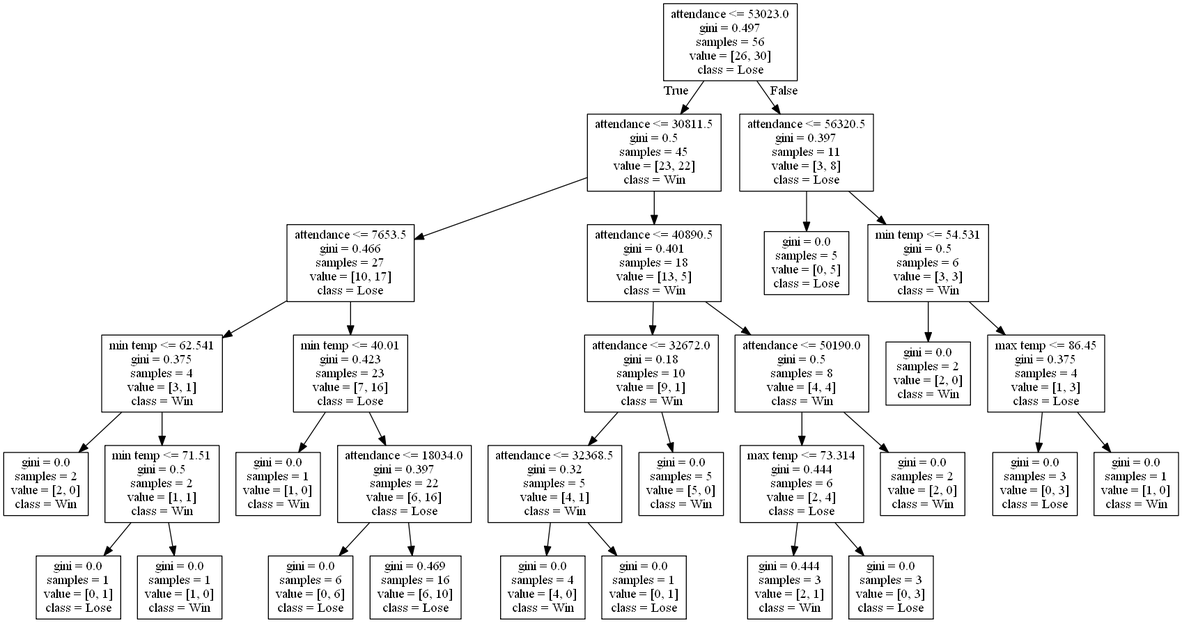
This is DecisionTrees/decision_tree_no_score3.png from alexana-steck/CSE482Project, a Graphviz export, as it was before one commit. Its source is kept beside it as DecisionTrees/decision_tree_no_score3.dot.
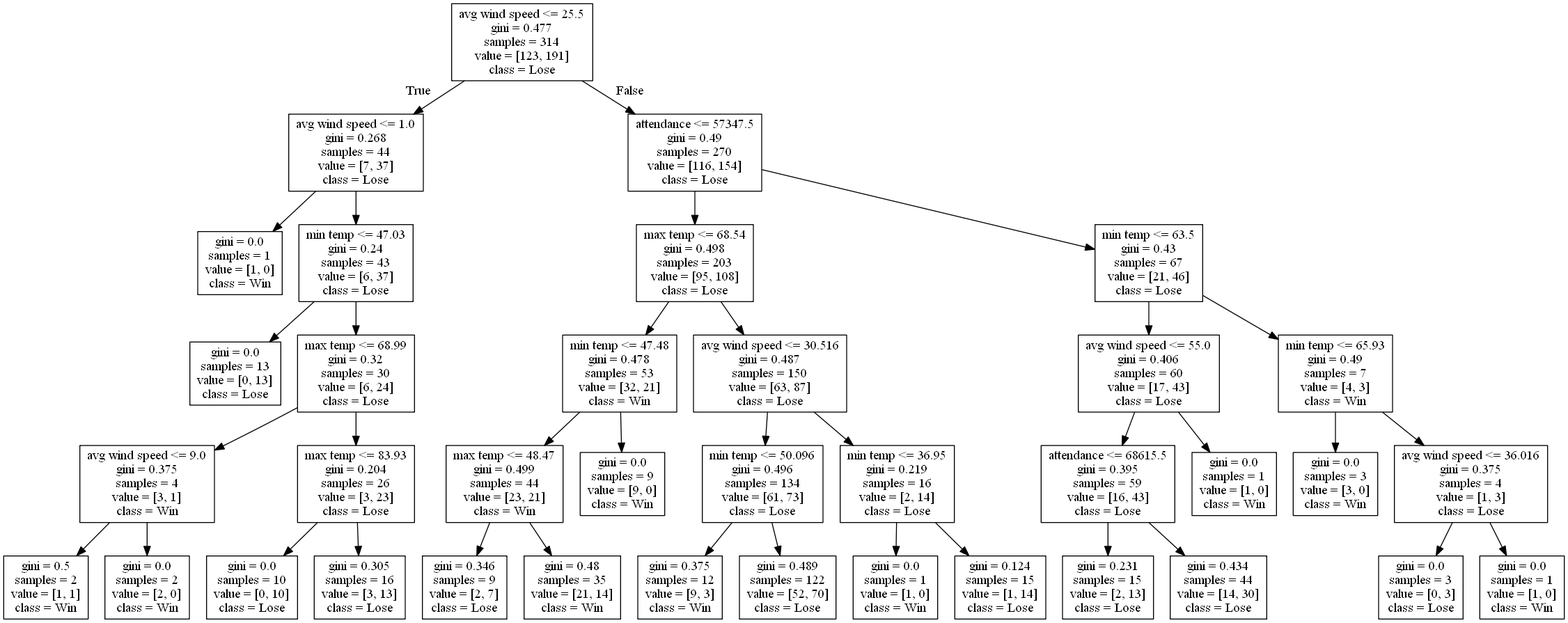
After the change.

What changed in the source:
```diff
@@ -1,64 +1,76 @@
 digraph Tree {
 node [shape=box] ;
-0 [label="attendance <= 53023.0\ngini = 0.497\nsamples = 56\nvalue = [26, 30]\nclass = Lose"] ;
-1 [label="attendance <= 30811.5\ngini = 0.5\nsamples = 45\nvalue = [23, 22]\nclass = Win"] ;
+0 [label="avg wind speed <= 25.5\ngini = 0.477\nsamples = 314\nvalue = [123, 191]\nclass = Lose"] ;
+1 [label="avg wind speed <= 1.0\ngini = 0.268\nsamples = 44\nvalue = [7, 37]\nclass = Lose"] ;
 0 -> 1 [labeldistance=2.5, labelangle=45, headlabel="True"] ;
-2 [label="attendance <= 7653.5\ngini = 0.466\nsamples = 27\nvalue = [10, 17]\nclass = Lose"] ;
+2 [label="gini = 0.0\nsamples = 1\nvalue = [1, 0]\nclass = Win"] ;
 1 -> 2 ;
-3 [label="min temp <= 62.541\ngini = 0.375\nsamples = 4\nvalue = [3, 1]\nclass = Win"] ;
-2 -> 3 ;
-4 [label="gini = 0.0\nsamples = 2\nvalue = [2, 0]\nclass = Win"] ;
+3 [label="min temp <= 47.03\ngini = 0.24\nsamples = 43\nvalue = [6, 37]\nclass = Lose"] ;
+1 -> 3 ;
+4 [label="gini = 0.0\nsamples = 13\nvalue = [0, 13]\nclass = Lose"] ;
 3 -> 4 ;
-5 [label="min temp <= 71.51\ngini = 0.5\nsamples = 2\nvalue = [1, 1]\nclass = Win"] ;
+5 [label="max temp <= 68.99\ngini = 0.32\nsamples = 30\nvalue = [6, 24]\nclass = Lose"] ;
 3 -> 5 ;
-6 [label="gini = 0.0\nsamples = 1\nvalue = [0, 1]\nclass = Lose"] ;
+6 [label="avg wind speed <= 9.0\ngini = 0.375\nsamples = 4\nvalue = [3, 1]\nclass = Win"] ;
 5 -> 6 ;
-7 [label="gini = 0.0\nsamples = 1\nvalue = [1, 0]\nclass = Win"] ;
-5 -> 7 ;
-8 [label="min temp <= 40.01\ngini = 0.423\nsamples = 23\nvalue = [7, 16]\nclass = Lose"] ;
-2 -> 8 ;
-9 [label="gini = 0.0\nsamples = 1\nvalue = [1, 0]\nclass = Win"] ;
-8 -> 9 ;
-10 [label="attendance <= 18034.0\ngini = 0.397\nsamples = 22\nvalue = [6, 16]\nclass = Lose"] ;
-8 -> 10 ;
-11 [label="gini = 0.0\nsamples = 6\nvalue = [0, 6]\nclass = Lose"] ;
-10 -> 11 ;
-12 [label="gini = 0.469\nsamples = 16\nvalue = [6, 10]\nclass = Lose"] ;
-10 -> 12 ;
-13 [label="attendance <= 40890.5\ngini = 0.401\nsamples = 18\nvalue = [13, 5]\nclass = Win"] ;
-1 -> 13 ;
-14 [label="attendance <= 32672.0\ngini = 0.18\nsamples = 10\nvalue = [9, 1]\nclass = Win"] ;
+7 [label="gini = 0.5\nsamples = 2\nvalue = [1, 1]\nclass = Win"] ;
+6 -> 7 ;
+8 [label="gini = 0.0\nsamples = 2\nvalue = [2, 0]\nclass = Win"] ;
+6 -> 8 ;
+9 [label="max temp <= 83.93\ngini = 0.204\nsamples = 26\nvalue = [3, 23]\nclass = Lose"] ;
+5 -> 9 ;
+10 [label="gini = 0.0\nsamples = 10\nvalue = [0, 10]\nclass = Lose"] ;
+9 -> 10 ;
+11 [label="gini = 0.305\nsamples = 16\nvalue = [3, 13]\nclass = Lose"] ;
+9 -> 11 ;
+12 [label="attendance <= 57347.5\ngini = 0.49\nsamples = 270\nvalue = [116, 154]\nclass = Lose"] ;
+0 -> 12 [labeldistance=2.5, labelangle=-45, headlabel="False"] ;
+13 [label="max temp <= 68.54\ngini = 0.498\nsamples = 203\nvalue = [95, 108]\nclass = Lose"] ;
+12 -> 13 ;
+14 [label="min temp <= 47.48\ngini = 0.478\nsamples = 53\nvalue = [32, 21]\nclass = Win"] ;
 13 -> 14 ;
-15 [label="attendance <= 32368.5\ngini = 0.32\nsamples = 5\nvalue = [4, 1]\nclass = Win"] ;
+15 [label="max temp <= 48.47\ngini = 0.499\nsamples = 44\nvalue = [23, 21]\nclass = Win"] ;
 14 -> 15 ;
-16 [label="gini = 0.0\nsamples = 4\nvalue = [4, 0]\nclass = Win"] ;
+16 [label="gini = 0.346\nsamples = 9\nvalue = [2, 7]\nclass = Lose"] ;
 15 -> 16 ;
-17 [label="gini = 0.0\nsamples = 1\nvalue = [0, 1]\nclass = Lose"] ;
+17 [label="gini = 0.48\nsamples = 35\nvalue = [21, 14]\nclass = Win"] ;
 15 -> 17 ;
-18 [label="gini = 0.0\nsamples = 5\nvalue = [5, 0]\nclass = Win"] ;
+18 [label="gini = 0.0\nsamples = 9\nvalue = [9, 0]\nclass = Win"] ;
 14 -> 18 ;
-19 [label="attendance <= 50190.0\ngini = 0.5\nsamples = 8\nvalue = [4, 4]\nclass = Win"] ;
+19 [label="avg wind speed <= 30.516\ngini = 0.487\nsamples = 150\nvalue = [63, 87]\nclass = Lose"] ;
 13 -> 19 ;
-20 [label="max temp <= 73.314\ngini = 0.444\nsamples = 6\nvalue = [2, 4]\nclass = Lose"] ;
+20 [label="min temp <= 50.096\ngini = 0.496\nsamples = 134\nvalue = [61, 73]\nclass = Lose"] ;
 19 -> 20 ;
-21 [label="gini = 0.444\nsamples = 3\nvalue = [2, 1]\nclass = Win"] ;
+21 [label="gini = 0.375\nsamples = 12\nvalue = [9, 3]\nclass = Win"] ;
 20 -> 21 ;
-22 [label="gini = 0.0\nsamples = 3\nvalue = [0, 3]\nclass = Lose"] ;
+22 [label="gini = 0.489\nsamples = 122\nvalue = [52, 70]\nclass = Lose"] ;
 20 -> 22 ;
-23 [label="gini = 0.0\nsamples = 2\nvalue = [2, 0]\nclass = Win"] ;
+23 [label="min temp <= 36.95\ngini = 0.219\nsamples = 16\nvalue = [2, 14]\nclass = Lose"] ;
 19 -> 23 ;
-24 [label="attendance <= 56320.5\ngini = 0.397\nsamples = 11\nvalue = [3, 8]\nclass = Lose"] ;
-0 -> 24 [labeldistance=2.5, labelangle=-45, headlabel="False"] ;
-25 [label="gini = 0.0\nsamples = 5\nvalue = [0, 5]\nclass = Lose"] ;
-24 -> 25 ;
-26 [label="min temp <= 54.531\ngini = 0.5\nsamples = 6\nvalue = [3, 3]\nclass = Win"] ;
-24 -> 26 ;
-27 [label="gini = 0.0\nsamples = 2\nvalue = [2, 0]\nclass = Win"] ;
+24 [label="gini = 0.0\nsamples = 1\nvalue = [1, 0]\nclass = Win"] ;
+23 -> 24 ;
+25 [label="gini = 0.124\nsamples = 15\nvalue = [1, 14]\nclass = Lose"] ;
+23 -> 25 ;
+26 [label="min temp <= 63.5\ngini = 0.43\nsamples = 67\nvalue = [21, 46]\nclass = Lose"] ;
+12 -> 26 ;
+27 [label="avg wind speed <= 55.0\ngini = 0.406\nsamples = 60\nvalue = [17, 43]\nclass = Lose"] ;
 26 -> 27 ;
-28 [label="max temp <= 86.45\ngini = 0.375\nsamples = 4\nvalue = [1, 3]\nclass = Lose"] ;
-26 -> 28 ;
-29 [label="gini = 0.0\nsamples = 3\nvalue = [0, 3]\nclass = Lose"] ;
+28 [label="attendance <= 68615.5\ngini = 0.395\nsamples = 59\nvalue = [16, 43]\nclass = Lose"] ;
+27 -> 28 ;
+29 [label="gini = 0.231\nsamples = 15\nvalue = [2, 13]\nclass = Lose"] ;
 28 -> 29 ;
-30 [label="gini = 0.0\nsamples = 1\nvalue = [1, 0]\nclass = Win"] ;
+30 [label="gini = 0.434\nsamples = 44\nvalue = [14, 30]\nclass = Lose"] ;
 28 -> 30 ;
+31 [label="gini = 0.0\nsamples = 1\nvalue = [1, 0]\nclass = Win"] ;
+27 -> 31 ;
+32 [label="min temp <= 65.93\ngini = 0.49\nsamples = 7\nvalue = [4, 3]\nclass = Win"] ;
+26 -> 32 ;
+33 [label="gini = 0.0\nsamples = 3\nvalue = [3, 0]\nclass = Win"] ;
+32 -> 33 ;
+34 [label="avg wind speed <= 36.016\ngini = 0.375\nsamples = 4\nvalue = [1, 3]\nclass = Lose"] ;
+32 -> 34 ;
+35 [label="gini = 0.0\nsamples = 3\nvalue = [0, 3]\nclass = Lose"] ;
+34 -> 35 ;
+36 [label="gini = 0.0\nsamples = 1\nvalue = [1, 0]\nclass = Win"] ;
+34 -> 36 ;
 }
```
